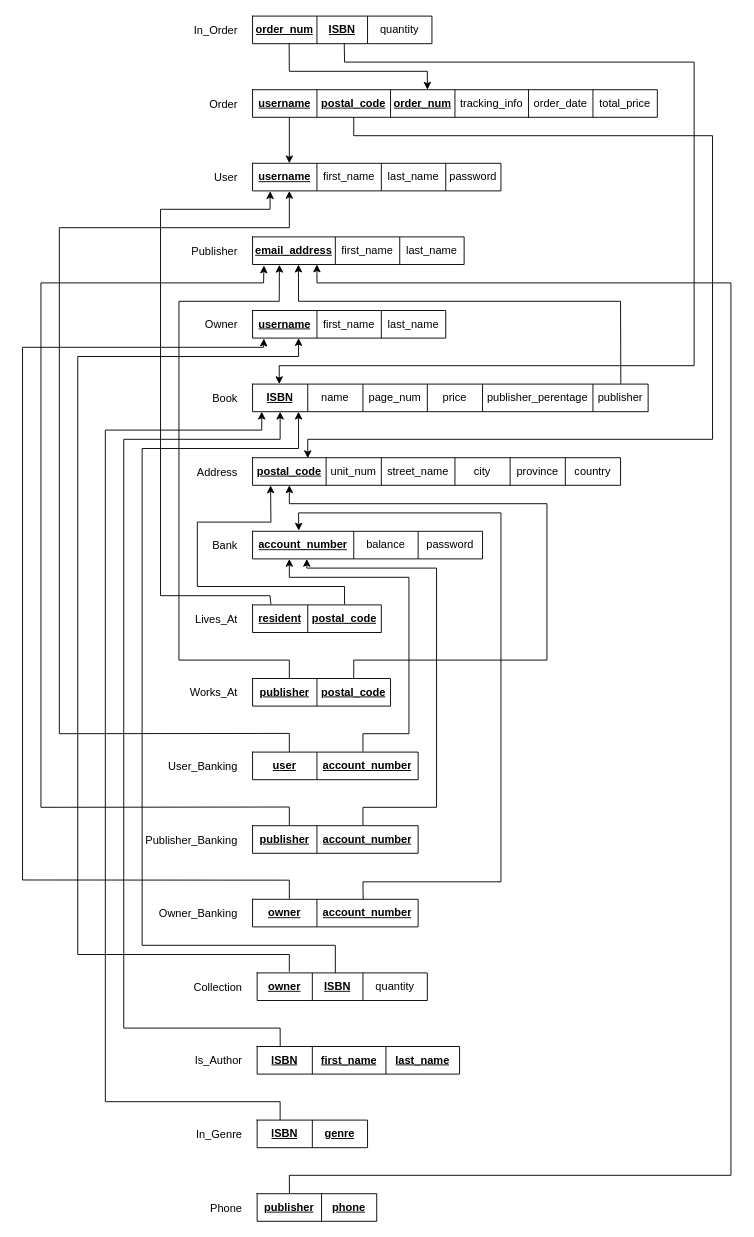
Before: Diagrams/2.2 Reduction to Relation Schema.drawio in MiniEinsteinD/BookStore, a draw.io diagram. Source tidied: cells renumbered, new cells numbered last; positions are measured from the earlier drawing's top-left corner, leaving out a move shared by most shapes. Both pictures are drawn from the tidied source at 92%, with x=0, y=0 at pixel (22, 16).
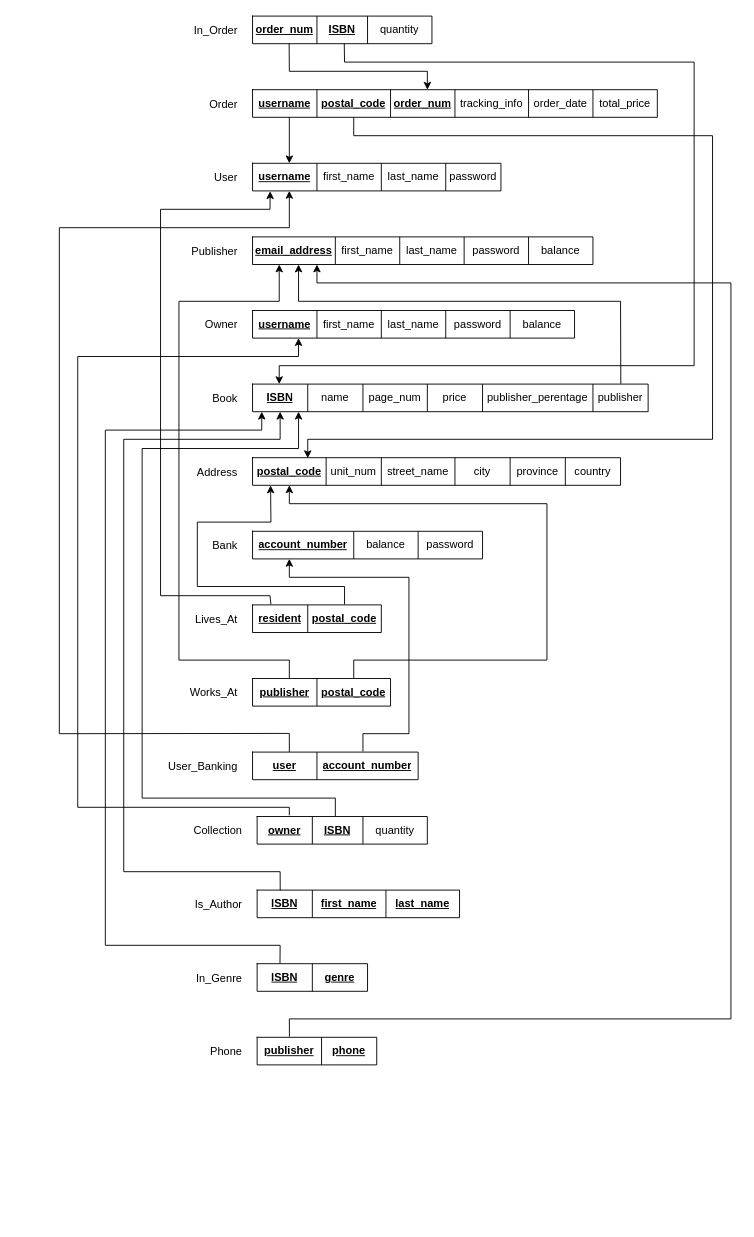
The same diagram, later.

Commit message:
fixed relation schema

Unchanged cells that the change refers to:
```xml
<mxCell id="22" style="shape=partialRectangle;html=1;whiteSpace=wrap;fillColor=none;top=0;left=0;bottom=0;right=0;points=[[0,0.5],[1,0.5]];portConstraint=eastwest;" parent="21" vertex="1">
  <mxGeometry width="430" height="30" as="geometry" />
</mxCell>
<mxCell id="40" style="shape=partialRectangle;html=1;whiteSpace=wrap;fillColor=none;top=0;left=0;bottom=0;right=0;points=[[0,0.5],[1,0.5]];portConstraint=eastwest;" parent="39" vertex="1">
  <mxGeometry width="250" height="30" as="geometry" />
</mxCell>
<mxCell id="54" style="shape=partialRectangle;html=1;whiteSpace=wrap;fillColor=none;top=0;left=0;bottom=0;right=0;points=[[0,0.5],[1,0.5]];portConstraint=eastwest;" parent="53" vertex="1">
  <mxGeometry width="185" height="30" as="geometry" />
</mxCell>
<mxCell id="72" style="shape=partialRectangle;html=1;whiteSpace=wrap;fillColor=none;top=0;left=0;bottom=0;right=0;points=[[0,0.5],[1,0.5]];portConstraint=eastwest;" parent="71" vertex="1">
  <mxGeometry width="220" height="30" as="geometry" />
</mxCell>
<mxCell id="78" style="shape=partialRectangle;html=1;whiteSpace=wrap;fillColor=none;top=0;left=0;bottom=0;right=0;points=[[0,0.5],[1,0.5]];portConstraint=eastwest;" parent="77" vertex="1">
  <mxGeometry width="120" height="30" as="geometry" />
</mxCell>
<mxCell id="85" style="shape=partialRectangle;html=1;whiteSpace=wrap;fillColor=none;top=0;left=0;bottom=0;right=0;points=[[0,0.5],[1,0.5]];portConstraint=eastwest;" parent="84" vertex="1">
  <mxGeometry width="130" height="30" as="geometry" />
</mxCell>
```

Diff of the diagram source:
```diff
@@
     <mxCell id="9" style="shape=table;html=1;whiteSpace=wrap;startSize=0;childLayout=tableLayout;" parent="1" vertex="1">
-      <mxGeometry x="250" y="240" width="230" height="30" as="geometry" />
+      <mxGeometry x="250" y="240" width="370" height="30" as="geometry" />
     </mxCell>
     <mxCell id="10" style="shape=partialRectangle;html=1;whiteSpace=wrap;fillColor=none;top=0;left=0;bottom=0;right=0;points=[[0,0.5],[1,0.5]];portConstraint=eastwest;" parent="9" vertex="1">
-      <mxGeometry width="230" height="30" as="geometry" />
+      <mxGeometry width="370" height="30" as="geometry" />
     </mxCell>
@@
+    <mxCell id="127" value="password" style="shape=partialRectangle;html=1;whiteSpace=wrap;fillColor=none;top=0;left=0;bottom=0;right=0;overflow=hidden;" parent="10" vertex="1">
+      <mxGeometry x="230" width="70" height="30" as="geometry" />
+    </mxCell>
+    <mxCell id="128" value="balance" style="shape=partialRectangle;html=1;whiteSpace=wrap;fillColor=none;top=0;left=0;bottom=0;right=0;overflow=hidden;" parent="10" vertex="1">
+      <mxGeometry x="300" width="70" height="30" as="geometry" />
+    </mxCell>
@@
     <mxCell id="15" style="shape=table;html=1;whiteSpace=wrap;startSize=0;childLayout=tableLayout;" parent="1" vertex="1">
-      <mxGeometry x="250" y="320" width="210" height="30" as="geometry" />
+      <mxGeometry x="250" y="320" width="350" height="30" as="geometry" />
     </mxCell>
     <mxCell id="16" style="shape=partialRectangle;html=1;whiteSpace=wrap;fillColor=none;top=0;left=0;bottom=0;right=0;" parent="15" vertex="1">
-      <mxGeometry width="210" height="30" as="geometry" />
+      <mxGeometry width="350" height="30" as="geometry" />
     </mxCell>
@@
+    <mxCell id="129" value="password" style="shape=partialRectangle;html=1;whiteSpace=wrap;fillColor=none;top=0;left=0;bottom=0;right=0;overflow=hidden;" parent="16" vertex="1">
+      <mxGeometry x="210" width="70" height="30" as="geometry" />
+    </mxCell>
+    <mxCell id="130" value="balance" style="shape=partialRectangle;html=1;whiteSpace=wrap;fillColor=none;top=0;left=0;bottom=0;right=0;overflow=hidden;" parent="16" vertex="1">
+      <mxGeometry x="280" width="70" height="30" as="geometry" />
+    </mxCell>
@@
-    <mxCell id="45" style="endArrow=classic;html=1;rounded=0;entryX=0.217;entryY=1.004;entryDx=0;entryDy=0;entryPerimeter=0;exitX=0.931;exitY=-0.011;exitDx=0;exitDy=0;exitPerimeter=0;" parent="1" edge="1" source="22" target="10">
+    <mxCell id="45" style="endArrow=classic;html=1;rounded=0;exitX=0.931;exitY=-0.011;exitDx=0;exitDy=0;exitPerimeter=0;" parent="1" edge="1" source="22">
       <mxGeometry relative="1" as="geometry">
+        <mxPoint x="300" y="270" as="targetPoint" />
         <Array as="points">
           <mxPoint x="650" y="310" />
           <mxPoint x="300" y="310" />
         </Array>
       </mxGeometry>
     </mxCell>
@@
     <mxCell id="53" style="shape=table;html=1;whiteSpace=wrap;startSize=0;childLayout=tableLayout;" parent="1" vertex="1">
-      <mxGeometry x="255" y="1040" width="185" height="30" as="geometry" />
+      <mxGeometry x="255" y="870" width="185" height="30" as="geometry" />
     </mxCell>
@@
     <mxCell id="58" value="Collection" style="text;strokeColor=none;fillColor=none;align=right;verticalAlign=middle;spacingLeft=4;spacingRight=4;overflow=hidden;" parent="1" vertex="1">
-      <mxGeometry x="165" y="1040" width="80" height="30" as="geometry" />
+      <mxGeometry x="165" y="870" width="80" height="30" as="geometry" />
     </mxCell>
     <mxCell id="59" style="endArrow=classic;html=1;rounded=0;exitX=0.189;exitY=-0.042;exitDx=0;exitDy=0;exitPerimeter=0;" parent="1" edge="1" source="54">
       <mxGeometry relative="1" as="geometry">
         <mxPoint x="300" y="350" as="targetPoint" />
         <Array as="points">
-          <mxPoint x="290" y="1020" />
-          <mxPoint x="60" y="1020" />
+          <mxPoint x="290" y="860" />
+          <mxPoint x="60" y="860" />
           <mxPoint x="60" y="370" />
           <mxPoint x="300" y="370" />
         </Array>
       </mxGeometry>
     </mxCell>
     <mxCell id="60" style="endArrow=classic;html=1;rounded=0;" parent="1" edge="1">
       <mxGeometry relative="1" as="geometry">
-        <mxPoint x="340" y="1040" as="sourcePoint" />
+        <mxPoint x="340" y="870" as="sourcePoint" />
         <mxPoint x="300" y="430" as="targetPoint" />
         <Array as="points">
-          <mxPoint x="340" y="1010" />
-          <mxPoint x="130" y="1010" />
+          <mxPoint x="340" y="850" />
+          <mxPoint x="130" y="850" />
           <mxPoint x="130" y="470" />
           <mxPoint x="300" y="470" />
         </Array>
       </mxGeometry>
     </mxCell>
@@
     <mxCell id="71" style="shape=table;html=1;whiteSpace=wrap;startSize=0;childLayout=tableLayout;" parent="1" vertex="1">
-      <mxGeometry x="255" y="1120" width="220" height="30" as="geometry" />
+      <mxGeometry x="255" y="950" width="220" height="30" as="geometry" />
     </mxCell>
@@
     <mxCell id="76" value="Is_Author" style="text;strokeColor=none;fillColor=none;align=right;verticalAlign=middle;spacingLeft=4;spacingRight=4;overflow=hidden;" parent="1" vertex="1">
-      <mxGeometry x="165" y="1120" width="80" height="30" as="geometry" />
+      <mxGeometry x="165" y="950" width="80" height="30" as="geometry" />
     </mxCell>
     <mxCell id="77" style="shape=table;html=1;whiteSpace=wrap;startSize=0;childLayout=tableLayout;" parent="1" vertex="1">
-      <mxGeometry x="255" y="1200" width="120" height="30" as="geometry" />
+      <mxGeometry x="255" y="1030" width="120" height="30" as="geometry" />
     </mxCell>
@@
     <mxCell id="81" value="In_Genre" style="text;strokeColor=none;fillColor=none;align=right;verticalAlign=middle;spacingLeft=4;spacingRight=4;overflow=hidden;" parent="1" vertex="1">
-      <mxGeometry x="165" y="1200" width="80" height="30" as="geometry" />
+      <mxGeometry x="165" y="1030" width="80" height="30" as="geometry" />
     </mxCell>
     <mxCell id="82" style="endArrow=classic;html=1;rounded=0;exitX=0.114;exitY=0.014;exitDx=0;exitDy=0;exitPerimeter=0;" parent="1" edge="1" source="72">
       <mxGeometry relative="1" as="geometry">
         <mxPoint x="280" y="430" as="targetPoint" />
         <Array as="points">
-          <mxPoint x="280" y="1100" />
-          <mxPoint x="110" y="1100" />
+          <mxPoint x="280" y="930" />
+          <mxPoint x="110" y="930" />
           <mxPoint x="110" y="460" />
           <mxPoint x="280" y="460" />
         </Array>
       </mxGeometry>
     </mxCell>
-    <mxCell id="83" style="endArrow=classic;html=1;rounded=0;" parent="1" edge="1">
+    <mxCell id="83" style="endArrow=classic;html=1;rounded=0;exitX=0.207;exitY=-0.02;exitDx=0;exitDy=0;exitPerimeter=0;" parent="1" edge="1" source="78">
       <mxGeometry relative="1" as="geometry">
-        <mxPoint x="280" y="1200" as="sourcePoint" />
         <mxPoint x="260" y="430" as="targetPoint" />
         <Array as="points">
-          <mxPoint x="280" y="1180" />
-          <mxPoint x="90" y="1180" />
+          <mxPoint x="280" y="1010" />
+          <mxPoint x="90" y="1010" />
           <mxPoint x="90" y="450" />
           <mxPoint x="260" y="450" />
         </Array>
       </mxGeometry>
     </mxCell>
     <mxCell id="84" style="shape=table;html=1;whiteSpace=wrap;startSize=0;childLayout=tableLayout;" parent="1" vertex="1">
-      <mxGeometry x="255" y="1280" width="130" height="30" as="geometry" />
+      <mxGeometry x="255" y="1110" width="130" height="30" as="geometry" />
     </mxCell>
@@
     <mxCell id="88" value="Phone" style="text;strokeColor=none;fillColor=none;align=right;verticalAlign=middle;spacingLeft=4;spacingRight=4;overflow=hidden;" parent="1" vertex="1">
-      <mxGeometry x="165" y="1280" width="80" height="30" as="geometry" />
+      <mxGeometry x="165" y="1110" width="80" height="30" as="geometry" />
     </mxCell>
     <mxCell id="89" style="endArrow=classic;html=1;rounded=0;exitX=0.27;exitY=-0.026;exitDx=0;exitDy=0;exitPerimeter=0;" parent="1" edge="1" source="85">
       <mxGeometry relative="1" as="geometry">
         <mxPoint x="320" y="270" as="targetPoint" />
         <Array as="points">
-          <mxPoint x="290" y="1260" />
-          <mxPoint x="770" y="1260" />
+          <mxPoint x="290" y="1090" />
+          <mxPoint x="770" y="1090" />
           <mxPoint x="770" y="290" />
           <mxPoint x="320" y="290" />
         </Array>
       </mxGeometry>
     </mxCell>
@@
-    <mxCell id="100" style="shape=table;html=1;whiteSpace=wrap;startSize=0;childLayout=tableLayout;" parent="1" vertex="1">
-      <mxGeometry x="250" y="880" width="180" height="30" as="geometry" />
-    </mxCell>
-    <mxCell id="101" style="shape=partialRectangle;html=1;whiteSpace=wrap;fillColor=none;top=0;left=0;bottom=0;right=0;" parent="100" vertex="1">
-      <mxGeometry width="180" height="30" as="geometry" />
-    </mxCell>
-    <mxCell id="102" value="&lt;b&gt;publisher&lt;/b&gt;" style="shape=partialRectangle;html=1;whiteSpace=wrap;fillColor=none;top=0;left=0;bottom=0;right=0;overflow=hidden;fontStyle=4;" parent="101" vertex="1">
-      <mxGeometry width="70" height="30" as="geometry" />
-    </mxCell>
-    <mxCell id="103" value="&lt;u&gt;&lt;b&gt;account_number&lt;/b&gt;&lt;/u&gt;" style="shape=partialRectangle;html=1;whiteSpace=wrap;fillColor=none;top=0;left=0;bottom=0;right=0;overflow=hidden;" parent="101" vertex="1">
-      <mxGeometry x="70" width="110" height="30" as="geometry" />
-    </mxCell>
-    <mxCell id="104" value="Publisher_Banking" style="text;strokeColor=none;fillColor=none;align=right;verticalAlign=middle;spacingLeft=4;spacingRight=4;overflow=hidden;" parent="1" vertex="1">
-      <mxGeometry x="130" y="880" width="110" height="30" as="geometry" />
-    </mxCell>
-    <mxCell id="105" style="shape=table;html=1;whiteSpace=wrap;startSize=0;childLayout=tableLayout;" parent="1" vertex="1">
-      <mxGeometry x="250" y="960" width="180" height="30" as="geometry" />
-    </mxCell>
-    <mxCell id="106" style="shape=partialRectangle;html=1;whiteSpace=wrap;fillColor=none;top=0;left=0;bottom=0;right=0;points=[[0,0.5],[1,0.5]];portConstraint=eastwest;" parent="105" vertex="1">
-      <mxGeometry width="180" height="30" as="geometry" />
-    </mxCell>
-    <mxCell id="107" value="&lt;b&gt;owner&lt;/b&gt;" style="shape=partialRectangle;html=1;whiteSpace=wrap;fillColor=none;top=0;left=0;bottom=0;right=0;overflow=hidden;fontStyle=4;" parent="106" vertex="1">
-      <mxGeometry width="70" height="30" as="geometry" />
-    </mxCell>
-    <mxCell id="108" value="&lt;u&gt;&lt;b&gt;account_number&lt;/b&gt;&lt;/u&gt;" style="shape=partialRectangle;html=1;whiteSpace=wrap;fillColor=none;top=0;left=0;bottom=0;right=0;overflow=hidden;" parent="106" vertex="1">
-      <mxGeometry x="70" width="110" height="30" as="geometry" />
-    </mxCell>
-    <mxCell id="109" value="Owner_Banking" style="text;strokeColor=none;fillColor=none;align=right;verticalAlign=middle;spacingLeft=4;spacingRight=4;overflow=hidden;" parent="1" vertex="1">
-      <mxGeometry x="140" y="960" width="100" height="30" as="geometry" />
-    </mxCell>
-    <mxCell id="110" style="endArrow=classic;html=1;rounded=0;entryX=0.127;entryY=1.01;entryDx=0;entryDy=0;entryPerimeter=0;" parent="1" edge="1" target="10">
+    <mxCell id="110" style="endArrow=classic;html=1;rounded=0;" parent="1" edge="1">
       <mxGeometry relative="1" as="geometry">
         <mxPoint x="290" y="720" as="sourcePoint" />
+        <mxPoint x="279" y="270" as="targetPoint" />
         <Array as="points">
           <mxPoint x="290" y="700" />
           <mxPoint x="170" y="700" />
           <mxPoint x="170" y="310" />
           <mxPoint x="279" y="310" />
         </Array>
       </mxGeometry>
     </mxCell>
@@
-    <mxCell id="114" style="endArrow=classic;html=1;rounded=0;entryX=0.054;entryY=1.035;entryDx=0;entryDy=0;entryPerimeter=0;" parent="1" edge="1" target="10">
-      <mxGeometry relative="1" as="geometry">
-        <mxPoint x="290" y="880" as="sourcePoint" />
-        <Array as="points">
-          <mxPoint x="290" y="859.7" />
-          <mxPoint x="20" y="860" />
-          <mxPoint x="20" y="290" />
-          <mxPoint x="262" y="290" />
-        </Array>
-      </mxGeometry>
-    </mxCell>
-    <mxCell id="115" style="endArrow=classic;html=1;rounded=0;entryX=0.054;entryY=1.035;entryDx=0;entryDy=0;entryPerimeter=0;" parent="1" edge="1">
-      <mxGeometry relative="1" as="geometry">
-        <mxPoint x="290" y="959.5" as="sourcePoint" />
-        <mxPoint x="262.4" y="350.5" as="targetPoint" />
-        <Array as="points">
-          <mxPoint x="290" y="939.2" />
-          <mxPoint y="939" />
-          <mxPoint y="360" />
-          <mxPoint x="262" y="360" />
-        </Array>
-      </mxGeometry>
-    </mxCell>
-    <mxCell id="116" style="endArrow=classic;html=1;rounded=0;" parent="1" edge="1">
-      <mxGeometry relative="1" as="geometry">
-        <mxPoint x="370" y="879.4" as="sourcePoint" />
-        <mxPoint x="309" y="590" as="targetPoint" />
-        <Array as="points">
-          <mxPoint x="370" y="860" />
-          <mxPoint x="450" y="860" />
-          <mxPoint x="450" y="600" />
-          <mxPoint x="309" y="600" />
-        </Array>
-      </mxGeometry>
-    </mxCell>
-    <mxCell id="117" style="endArrow=classic;html=1;rounded=0;exitX=0.668;exitY=-0.002;exitDx=0;exitDy=0;exitPerimeter=0;entryX=0.201;entryY=-0.024;entryDx=0;entryDy=0;entryPerimeter=0;" parent="1" edge="1" source="106" target="40">
-      <mxGeometry relative="1" as="geometry">
-        <Array as="points">
-          <mxPoint x="370" y="941" />
-          <mxPoint x="520" y="941" />
-          <mxPoint x="520" y="540" />
-          <mxPoint x="300" y="540" />
-        </Array>
-      </mxGeometry>
-    </mxCell>
```
